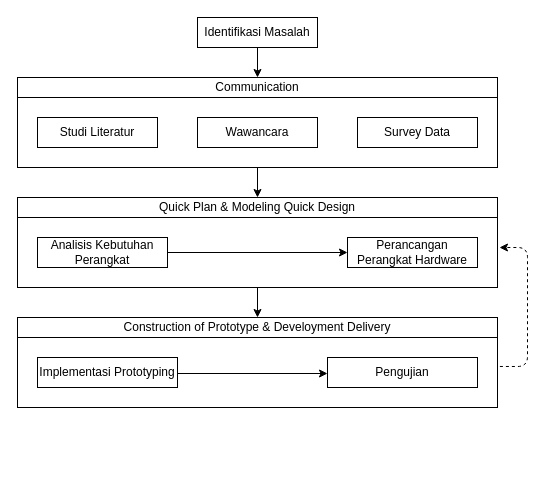
Earlier version of the draw.io diagram Untitled Diagram.drawio (dudenheryana1994/TUGAS2AKB-DUDEN-10117137). Source tidied: cells renumbered, new cells numbered last; positions are measured from the earlier drawing's top-left corner, leaving out a move shared by most shapes. Both pictures are drawn from the tidied source at 100%, with x=0, y=0 at pixel (17, 17).
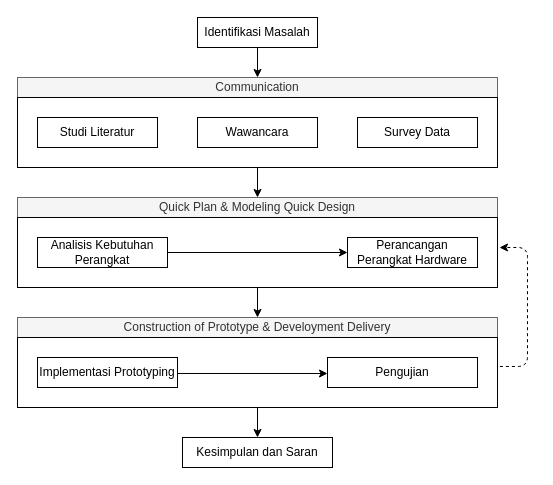
Above is the later version.

Unchanged cells that the change refers to:
```xml
<mxCell id="13" style="rounded=0;whiteSpace=wrap;html=1;" parent="1" vertex="1">
  <mxGeometry y="320" width="480" height="70" as="geometry" />
</mxCell>
```

Diff of the diagram source:
```diff
@@
-    <mxCell id="3" value="Communication" style="rounded=0;whiteSpace=wrap;html=1;" parent="1" vertex="1">
+    <mxCell id="3" value="Communication" style="rounded=0;whiteSpace=wrap;html=1;fillColor=#f5f5f5;strokeColor=#666666;fontColor=#333333;" parent="1" vertex="1">
       <mxGeometry y="60" width="480" height="20" as="geometry" />
     </mxCell>
@@
-    <mxCell id="8" value="Quick Plan &amp;amp; Modeling Quick Design" style="rounded=0;whiteSpace=wrap;html=1;" parent="1" vertex="1">
+    <mxCell id="8" value="Quick Plan &amp;amp; Modeling Quick Design" style="rounded=0;whiteSpace=wrap;html=1;fillColor=#f5f5f5;strokeColor=#666666;fontColor=#333333;" parent="1" vertex="1">
       <mxGeometry y="180" width="480" height="20" as="geometry" />
     </mxCell>
@@
-    <mxCell id="12" value="Construction of Prototype &amp;amp; Develoyment Delivery" style="rounded=0;whiteSpace=wrap;html=1;" parent="1" vertex="1">
+    <mxCell id="12" value="Construction of Prototype &amp;amp; Develoyment Delivery" style="rounded=0;whiteSpace=wrap;html=1;fillColor=#f5f5f5;strokeColor=#666666;fontColor=#333333;" parent="1" vertex="1">
       <mxGeometry y="300" width="480" height="20" as="geometry" />
     </mxCell>
@@
+    <mxCell id="22" value="Kesimpulan dan Saran" style="rounded=0;whiteSpace=wrap;html=1;" parent="1" vertex="1">
+      <mxGeometry x="165" y="420" width="150" height="30" as="geometry" />
+    </mxCell>
+    <mxCell id="23" style="endArrow=classic;html=1;exitX=0.5;exitY=1;exitDx=0;exitDy=0;entryX=0.5;entryY=0;entryDx=0;entryDy=0;" parent="1" edge="1" source="13" target="22">
+      <mxGeometry relative="1" as="geometry" />
+    </mxCell>
```
